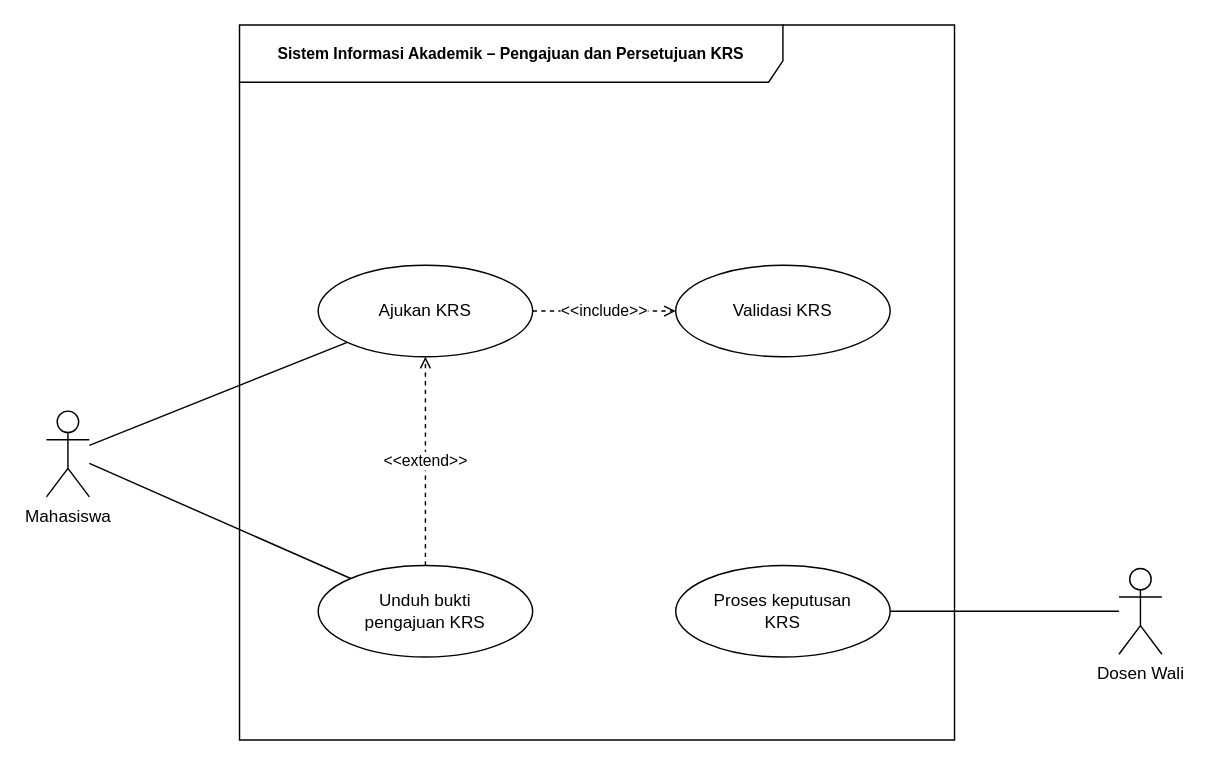
The draw.io diagram 03_latihan_tools/P03/SIA/P03_2406080_SIA_usecase_v01.drawio in sapaat06/IFRWP5149_2406080_LabAlat, before the edit. Source tidied: cells renumbered, new cells numbered last; positions are measured from the earlier drawing's top-left corner, leaving out a move shared by most shapes. Both pictures are drawn from the tidied source at 143%, with x=0, y=0 at pixel (46, 24).
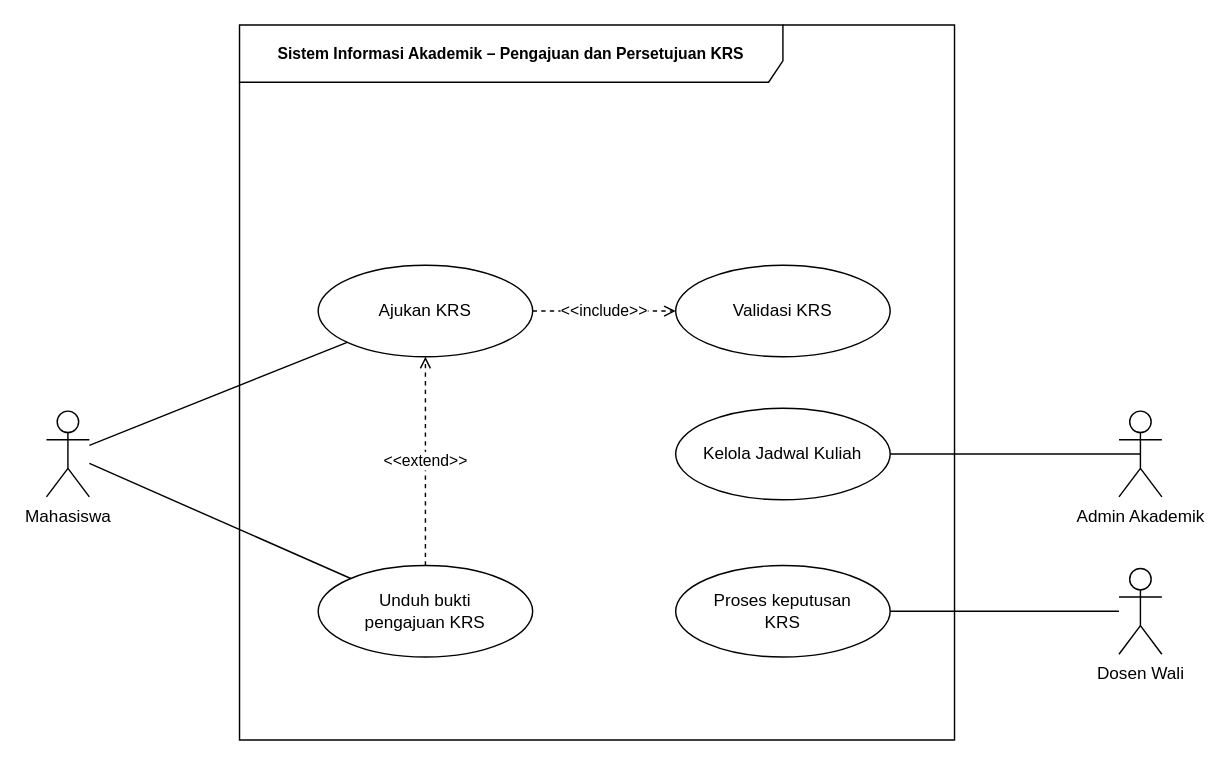
The same page after the edit.

Commit message (it also covers changes not shown here):
P03 USE CASE DIAGRAM DAN USE CASE DESCRIPTION

What changed in the source:
```diff
@@
 <mxGraphModel>
   <root>
     <mxCell id="0" />
     <mxCell id="1" parent="0" />
     <mxCell id="2" value="Sistem Informasi Akademik – Pengajuan dan Persetujuan KRS" style="shape=umlFrame;whiteSpace=wrap;html=1;width=380;height=40;fontSize=11;fontStyle=1;" parent="1" vertex="1">
       <mxGeometry x="135" width="500" height="500" as="geometry" />
     </mxCell>
     <mxCell id="3" value="Mahasiswa" style="shape=umlActor;verticalLabelPosition=bottom;verticalAlign=top;html=1;" parent="1" vertex="1">
       <mxGeometry y="270" width="30" height="60" as="geometry" />
     </mxCell>
     <mxCell id="4" value="Dosen Wali" style="shape=umlActor;verticalLabelPosition=bottom;verticalAlign=top;html=1;" parent="1" vertex="1">
       <mxGeometry x="750" y="380" width="30" height="60" as="geometry" />
     </mxCell>
     <mxCell id="5" value="Ajukan KRS" style="ellipse;whiteSpace=wrap;html=1;" parent="1" vertex="1">
       <mxGeometry x="190" y="168" width="150" height="64" as="geometry" />
     </mxCell>
     <mxCell id="6" value="Validasi KRS" style="ellipse;whiteSpace=wrap;html=1;" parent="1" vertex="1">
       <mxGeometry x="440" y="168" width="150" height="64" as="geometry" />
     </mxCell>
     <mxCell id="7" value="Unduh bukti&lt;br&gt;pengajuan KRS" style="ellipse;whiteSpace=wrap;html=1;" parent="1" vertex="1">
       <mxGeometry x="190" y="378" width="150" height="64" as="geometry" />
     </mxCell>
     <mxCell id="8" value="Proses keputusan&lt;br&gt;KRS" style="ellipse;whiteSpace=wrap;html=1;" parent="1" vertex="1">
       <mxGeometry x="440" y="378" width="150" height="64" as="geometry" />
     </mxCell>
     <mxCell id="9" style="endArrow=none;html=1;" parent="1" edge="1" source="3" target="5">
       <mxGeometry relative="1" as="geometry" />
     </mxCell>
     <mxCell id="10" style="endArrow=none;html=1;" parent="1" edge="1" source="3" target="7">
       <mxGeometry relative="1" as="geometry" />
     </mxCell>
     <mxCell id="11" style="endArrow=none;html=1;" parent="1" edge="1" source="4" target="8">
       <mxGeometry relative="1" as="geometry" />
     </mxCell>
     <mxCell id="12" value="&amp;lt;&amp;lt;include&amp;gt;&amp;gt;" style="endArrow=open;endFill=0;dashed=1;html=1;" parent="1" edge="1" source="5" target="6">
       <mxGeometry relative="1" as="geometry" />
     </mxCell>
     <mxCell id="13" value="&amp;lt;&amp;lt;extend&amp;gt;&amp;gt;" style="endArrow=open;endFill=0;dashed=1;html=1;" parent="1" edge="1" source="7" target="5">
       <mxGeometry relative="1" as="geometry" />
     </mxCell>
+    <mxCell id="14" style="edgeStyle=none;html=1;exitX=0.5;exitY=0.5;exitDx=0;exitDy=0;exitPerimeter=0;entryX=1;entryY=0.5;entryDx=0;entryDy=0;endArrow=none;endFill=0;" parent="1" edge="1" source="15" target="16">
+      <mxGeometry relative="1" as="geometry" />
+    </mxCell>
+    <mxCell id="15" value="Admin Akademik&lt;div&gt;&lt;br&gt;&lt;/div&gt;" style="shape=umlActor;verticalLabelPosition=bottom;verticalAlign=top;html=1;" parent="1" vertex="1">
+      <mxGeometry x="750" y="270" width="30" height="60" as="geometry" />
+    </mxCell>
+    <mxCell id="16" value="Kelola Jadwal Kuliah" style="ellipse;whiteSpace=wrap;html=1;" parent="1" vertex="1">
+      <mxGeometry x="440" y="268" width="150" height="64" as="geometry" />
+    </mxCell>
   </root>
 </mxGraphModel>
```
